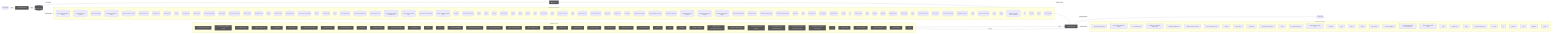
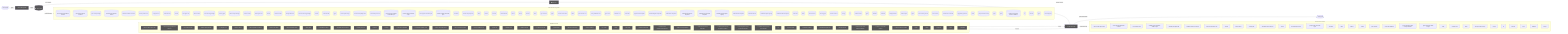
flowchart LR
  UserQ(["👤 User Query"])
  Embed["📐 Embedding Model"]
  VecDB[("📚 Vector Store")]
  Retriever["🔍 Retriever"]
  LLMNode["🧠 LLM / Generator"]
  Output(["✅ Response"])
  UserQ -->|query| Embed
  Embed -->|vector| VecDB
  VecDB -->|top-k chunks| Retriever
  Retriever -->|context + query| LLMNode
  LLMNode -->|generated answer| Output
  subgraph DetectedMemory["Detected memory stores"]
    det_detectedmemory_check_steering_feedback_contract_80134459[("check-steering-feedback-contract")]
    det_detectedmemory_normalize_workflow_contracts_8701f1c8[("normalize-workflow-contracts")]
    det_detectedmemory_sync_codex_preflight_7e7a8dc2[("sync-codex-preflight")]
    det_detectedmemory_test_harness_upgrade_matrix_84113c4e[("test-harness-upgrade-matrix")]
    det_detectedmemory_validate_workflow_contracts_33dc063c[("validate-workflow-contracts")]
    det_detectedmemory_branch_protect_core_a8feb0fd[("branch-protect-core")]
    det_detectedmemory_ci_migrate_core_7005b5af[("ci-migrate-core")]
    det_detectedmemory_context_health_80bb7da9[("context-health")]
    det_detectedmemory_context_ea7792a2[("context")]
    det_detectedmemory_docs_gate_core_eb9b6c18[("docs-gate-core")]
    det_detectedmemory_index_context_de3ed39d[("index-context")]
    det_detectedmemory_local_memory_preflight_dcc36c42[("local-memory-preflight")]
    det_detectedmemory_memory_gate_a577a506[("memory-gate")]
    det_detectedmemory_pattern_scope_siblings_43abe000[("pattern-scope-siblings")]
    det_detectedmemory_review_context_ca6cf81d[("review-context")]
    det_detectedmemory_review_gate_core_4c8001f9[("review-gate-core")]
    det_detectedmemory_search_24193290[("search")]
    det_detectedmemory_session_context_e5ec72c0[("session-context")]
    det_detectedmemory_tooling_audit_core_328d6a41[("tooling-audit-core")]
    det_detectedmemory_run_local_memory_preflight_36e92808[("run-local-memory-preflight")]
    det_detectedmemory_checker_d2d2328e[("checker")]
    det_detectedmemory_context_health_1_ceb11829[("context-health")]
    det_detectedmemory_types_1_4ecdf56e[("types")]
    det_detectedmemory_branch_protect_sync_570adb18[("branch-protect-sync")]
    det_detectedmemory_command_capability_rules_ca3f496a[("command-capability-rules")]
    det_detectedmemory_command_specs_core_1c0ffc99[("command-specs-core")]
    det_detectedmemory_local_memory_preflight_command_spec_9e23f3ce[("local-memory-preflight-command-spec")]
    det_detectedmemory_memory_gate_command_spec_dc9001a9[("memory-gate-command-spec")]
    det_detectedmemory_review_gate_command_spec_3187376a[("review-gate-command-spec")]
    det_detectedmemory_session_context_command_spec_973afbb1[("session-context-command-spec")]
    det_detectedmemory_constants_7517017f[("constants")]
    det_detectedmemory_context_compact_policy_3dcaf95d[("context-compact-policy")]
    det_detectedmemory_index_1bc04b52[("index")]
    det_detectedmemory_indexer_70fa78e5[("indexer")]
    det_detectedmemory_init_error_5c7dd49f[("init-error")]
    det_detectedmemory_lexical_fallback_723e2b3e[("lexical-fallback")]
    det_detectedmemory_ollama_76e3c7bf[("ollama")]
    det_detectedmemory_rollout_a4fa034c[("rollout")]
    det_detectedmemory_sources_878a52fc[("sources")]
    det_detectedmemory_store_824d80d7[("store")]
    det_detectedmemory_sync_contract_c79fa191[("sync-contract")]
    det_detectedmemory_types_5_f869ec4b[("types")]
    det_detectedmemory_harness_run_context_ac7c77a9[("harness-run-context")]
    det_detectedmemory_index_1_faebc14e[("index")]
    det_detectedmemory_json_schema_core_96d7e328[("json-schema-core")]
    det_detectedmemory_policy_validators_core_714a3fe7[("policy-validators-core")]
    det_detectedmemory_types_core_e405ddca[("types-core")]
    det_detectedmemory_validator_core_4358f8ba[("validator-core")]
    det_detectedmemory_init_modes_c05ceb07[("init-modes")]
    det_detectedmemory_project_brain_templates_7ef51530[("project-brain-templates")]
    det_detectedmemory_scaffold_diagram_templates_dd88e83c[("scaffold-diagram-templates")]
    det_detectedmemory_scaffold_doc_templates_f6152330[("scaffold-doc-templates")]
    det_detectedmemory_scaffold_environment_templates_c1ceba6a[("scaffold-environment-templates")]
    det_detectedmemory_scaffold_root_command_templates_404fed7f[("scaffold-root-command-templates")]
    det_detectedmemory_scaffold_script_template_registry_69312d4e[("scaffold-script-template-registry")]
    det_detectedmemory_scaffold_shell_templates_0ad0f915[("scaffold-shell-templates")]
    det_detectedmemory_scaffold_surfaces_12d6494e[("scaffold-surfaces")]
    det_detectedmemory_scaffold_template_registry_b1cce2aa[("scaffold-template-registry")]
    det_detectedmemory_scaffold_workflow_template_92310587[("scaffold-workflow-template")]
    det_detectedmemory_eval_seed_5699fd3e[("eval-seed")]
    det_detectedmemory_index_6_fc9e91e2[("index")]
    det_detectedmemory_review_context_1_e3afed15[("review-context")]
    det_detectedmemory_memory_gate_1_265164ac[("memory-gate")]
    det_detectedmemory_branch_enforcer_acb749cd[("branch-enforcer")]
    det_detectedmemory_cli_args_5_09ea29f0[("cli-args")]
    det_detectedmemory_cli_6_eac72be2[("cli")]
    det_detectedmemory_metrics_tracker_98cec29c[("metrics-tracker")]
    det_detectedmemory_types_15_86775c96[("types")]
    det_detectedmemory_validator_4_5180cf23[("validator")]
    det_detectedmemory_classifier_fe1991a9[("classifier")]
    det_detectedmemory_tooling_baseline_50ab2eeb[("tooling-baseline")]
    det_detectedmemory_claim_helpers_20dc8387[("claim-helpers")]
    det_detectedmemory_types_20_071a0112[("types")]
    det_detectedmemory_local_memory_smoke_1175abfc[("local-memory-smoke")]
    det_detectedmemory_local_memory_0db17ecc[("local-memory")]
    det_detectedmemory_performance_overload_c685bfcf[("performance-overload")]
    det_detectedmemory_suggestion_generator_0956f794[("suggestion-generator")]
    det_detectedmemory_index_8_6f0f20ec[("index")]
    det_detectedmemory_prompt_context_receipt_17b862b2[("prompt-context-receipt")]
    det_detectedmemory_types_27_4d134744[("types")]
    det_detectedmemory_policy_1_fc4198db[("policy")]
    det_detectedmemory_runtime_card_codex_runtime_validation_d8ce9934[("runtime-card-codex-runtime-validation")]
    det_detectedmemory_cli_11_338a8415[("cli")]
    det_detectedmemory_collector_0736fd5b[("collector")]
    det_detectedmemory_types_30_424b976c[("types")]
    det_detectedmemory_overload_guard_2748c559[("overload-guard")]
  end
  VecDB -. "implemented by" .-> DetectedMemory
  subgraph DetectedLLM["Detected LLM clients"]
    det_detectedllm_check_codex_agent_roles_5bb2e89b["check-codex-agent-roles"]
    det_detectedllm_check_steering_feedback_contract_80134459["check-steering-feedback-contract"]
    det_detectedllm_run_harness_evals_77704768["run-harness-evals"]
    det_detectedllm_validate_goal_completion_audit_receipt_100d252c["validate-goal-completion-audit-receipt"]
    det_detectedllm_validate_packaged_skill_5e32c890["validate-packaged-skill"]
    det_detectedllm_validate_reviewer_coverage_251efee3["validate-reviewer-coverage"]
    det_detectedllm_check_environment_core_2c16213f["check-environment-core"]
    det_detectedllm_context_ea7792a2["context"]
    det_detectedllm_index_context_de3ed39d["index-context"]
    det_detectedllm_prompt_gate_c5e9d207["prompt-gate"]
    det_detectedllm_remediate_runner_helpers_929fedcc["remediate-runner-helpers"]
    det_detectedllm_search_24193290["search"]
    det_detectedllm_command_specs_core_1c0ffc99["command-specs-core"]
    det_detectedllm_prompt_gate_command_spec_9a941482["prompt-gate-command-spec"]
    det_detectedllm_constants_7517017f["constants"]
    det_detectedllm_index_1bc04b52["index"]
    det_detectedllm_indexer_70fa78e5["indexer"]
    det_detectedllm_ollama_76e3c7bf["ollama"]
    det_detectedllm_sync_contract_c79fa191["sync-contract"]
    det_detectedllm_north_star_validators_cfc926ce["north-star-validators"]
    det_detectedllm_goal_completion_audit_receipt_validation_9d0f4891["goal-completion-audit-receipt-validation"]
    det_detectedllm_goal_completion_audit_receipt_5e4939c3["goal-completion-audit-receipt"]
    det_detectedllm_index_2_10143590["index"]
    det_detectedllm_sensitive_text_7c11f760["sensitive-text"]
    det_detectedllm_index_8_6f0f20ec["index"]
    det_detectedllm_prompt_context_receipt_17b862b2["prompt-context-receipt"]
    det_detectedllm_cli_args_9_9c136878["cli-args"]
    det_detectedllm_cli_10_35dc8cbd["cli"]
    det_detectedllm_sections_4697ef32["sections"]
    det_detectedllm_types_23_4352ee2e["types"]
    det_detectedllm_validator_6_3688adbf["validator"]
    det_detectedllm_cli_args_10_861cdd3f["cli-args"]
  end
  LLMNode -. "implemented by" .-> DetectedLLM
  subgraph DetectedTools["Agentic tool calls"]
    det_detectedtools_check_codex_agent_roles_5bb2e89b["🔧 check-codex-agent-roles"]
    det_detectedtools_check_steering_feedback_contract_80134459["🔧 check-steering-feedback-contract"]
    det_detectedtools_run_harness_evals_77704768["🔧 run-harness-evals"]
    det_detectedtools_validate_packaged_skill_5e32c890["🔧 validate-packaged-skill"]
    det_detectedtools_ci_migrate_core_7005b5af["🔧 ci-migrate-core"]
    det_detectedtools_doctor_checks_5a2eb2b9["🔧 doctor-checks"]
    det_detectedtools_doctor_github_tool_checks_a53b0382["🔧 doctor-github-tool-checks"]
    det_detectedtools_doctor_tool_checks_4acac51a["🔧 doctor-tool-checks"]
    det_detectedtools_next_blocked_decisions_4140ad2b["🔧 next-blocked-decisions"]
    det_detectedtools_policy_gate_213f7313["🔧 policy-gate"]
    det_detectedtools_remediate_cli_output_cc165396["🔧 remediate-cli-output"]
    det_detectedtools_remediate_runner_helpers_929fedcc["🔧 remediate-runner-helpers"]
    det_detectedtools_review_gate_core_4c8001f9["🔧 review-gate-core"]
    det_detectedtools_checker_d2d2328e["🔧 checker"]
    det_detectedtools_cli_args_1_6144b055["🔧 cli-args"]
    det_detectedtools_command_capabilities_a4d5c71e["🔧 command-capabilities"]
    det_detectedtools_command_capability_rules_ca3f496a["🔧 command-capability-rules"]
    det_detectedtools_linear_command_actions_e430f4f4["🔧 linear-command-actions"]
    det_detectedtools_linear_command_runner_4a740dfc["🔧 linear-command-runner"]
    det_detectedtools_policy_validators_core_714a3fe7["🔧 policy-validators-core"]
    det_detectedtools_types_core_e405ddca["🔧 types-core"]
    det_detectedtools_validator_core_4358f8ba["🔧 validator-core"]
    det_detectedtools_validator_helpers_7b927667["🔧 validator-helpers"]
    det_detectedtools_he_phase_exit_core_1148895b["🔧 he-phase-exit-core"]
    det_detectedtools_ralph_runtime_73d63c0e["🔧 ralph-runtime"]
    det_detectedtools_observed_skill_usage_ed7d5930["🔧 observed-skill-usage"]
    det_detectedtools_closure_evidence_aaa31467["🔧 closure-evidence"]
    det_detectedtools_pr_creator_dc6b1ea4["🔧 pr-creator"]
    det_detectedtools_client_948fe603["🔧 client"]
    det_detectedtools_init_output_360dce91["🔧 init-output"]
    det_detectedtools_scaffold_ci_templates_2afd6392["🔧 scaffold-ci-templates"]
    det_detectedtools_scaffold_codex_environment_templates_334fbbed["🔧 scaffold-codex-environment-templates"]
    det_detectedtools_scaffold_config_templates_4b80ce53["🔧 scaffold-config-templates"]
    det_detectedtools_scaffold_environment_templates_c1ceba6a["🔧 scaffold-environment-templates"]
    det_detectedtools_scaffold_github_actions_pr_pipeline_renderer_1ee18de5["🔧 scaffold-github-actions-pr-pipeline-renderer"]
    det_detectedtools_scaffold_github_actions_pr_pipeline_template_e2b85f62["🔧 scaffold-github-actions-pr-pipeline-template"]
    det_detectedtools_scaffold_release_private_npm_template_075499f8["🔧 scaffold-release-private-npm-template"]
    det_detectedtools_cli_6_eac72be2["🔧 cli"]
    det_detectedtools_metrics_tracker_98cec29c["🔧 metrics-tracker"]
    det_detectedtools_normalise_renderer_85f2e563["🔧 normalise-renderer"]
    det_detectedtools_evaluation_engine_core_e054fe49["🔧 evaluation-engine-core"]
    det_detectedtools_tooling_baseline_50ab2eeb["🔧 tooling-baseline"]
+     det_detectedtools_runtime_card_codex_runtime_validation_d8ce9934["🔧 runtime-card-codex-runtime-validation"]
+     det_detectedtools_runtime_card_codex_runtime_0655e230["🔧 runtime-card-codex-runtime"]
+     det_detectedtools_runtime_evidence_bundle_d471a232["🔧 runtime-evidence-bundle"]
    det_detectedtools_types_32_bfe791ff["🔧 types"]
+     det_detectedtools_index_12_762ec91b["🔧 index"]
+     det_detectedtools_projection_1b250ea1["🔧 projection"]
+     det_detectedtools_types_34_85e6a0bb["🔧 types"]
+     det_detectedtools_validation_4_62980ebd["🔧 validation"]
  end
  LLMNode -->|tool use| DetectedTools
  DetectedTools -->|result| LLMNode
  classDef memNode fill:#555,color:#fff
  class VecDB,Retriever memNode
  classDef llmNode fill:#555,color:#fff
  class LLMNode,Embed llmNode
  classDef toolNode fill:#555,color:#fff
-   class det_detectedtools_check_codex_agent_roles_5bb2e89b,det_detectedtools_check_steering_feedback_contract_80134459,det_detectedtools_run_harness_evals_77704768,det_detectedtools_validate_packaged_skill_5e32c890,det_detectedtools_ci_migrate_core_7005b5af,det_detectedtools_doctor_checks_5a2eb2b9,det_detectedtools_doctor_github_tool_checks_a53b0382,det_detectedtools_doctor_tool_checks_4acac51a,det_detectedtools_next_blocked_decisions_4140ad2b,det_detectedtools_policy_gate_213f7313,det_detectedtools_remediate_cli_output_cc165396,det_detectedtools_remediate_runner_helpers_929fedcc,det_detectedtools_review_gate_core_4c8001f9,det_detectedtools_checker_d2d2328e,det_detectedtools_cli_args_1_6144b055,det_detectedtools_command_capabilities_a4d5c71e,det_detectedtools_command_capability_rules_ca3f496a,det_detectedtools_linear_command_actions_e430f4f4,det_detectedtools_linear_command_runner_4a740dfc,det_detectedtools_policy_validators_core_714a3fe7,det_detectedtools_types_core_e405ddca,det_detectedtools_validator_core_4358f8ba,det_detectedtools_validator_helpers_7b927667,det_detectedtools_he_phase_exit_core_1148895b,det_detectedtools_ralph_runtime_73d63c0e,det_detectedtools_observed_skill_usage_ed7d5930,det_detectedtools_closure_evidence_aaa31467,det_detectedtools_pr_creator_dc6b1ea4,det_detectedtools_client_948fe603,det_detectedtools_init_output_360dce91,det_detectedtools_scaffold_ci_templates_2afd6392,det_detectedtools_scaffold_codex_environment_templates_334fbbed,det_detectedtools_scaffold_config_templates_4b80ce53,det_detectedtools_scaffold_environment_templates_c1ceba6a,det_detectedtools_scaffold_github_actions_pr_pipeline_renderer_1ee18de5,det_detectedtools_scaffold_github_actions_pr_pipeline_template_e2b85f62,det_detectedtools_scaffold_release_private_npm_template_075499f8,det_detectedtools_cli_6_eac72be2,det_detectedtools_metrics_tracker_98cec29c,det_detectedtools_normalise_renderer_85f2e563,det_detectedtools_evaluation_engine_core_e054fe49,det_detectedtools_tooling_baseline_50ab2eeb,det_detectedtools_types_32_bfe791ff toolNode
+   class det_detectedtools_check_codex_agent_roles_5bb2e89b,det_detectedtools_check_steering_feedback_contract_80134459,det_detectedtools_run_harness_evals_77704768,det_detectedtools_validate_packaged_skill_5e32c890,det_detectedtools_ci_migrate_core_7005b5af,det_detectedtools_doctor_checks_5a2eb2b9,det_detectedtools_doctor_github_tool_checks_a53b0382,det_detectedtools_doctor_tool_checks_4acac51a,det_detectedtools_next_blocked_decisions_4140ad2b,det_detectedtools_policy_gate_213f7313,det_detectedtools_remediate_cli_output_cc165396,det_detectedtools_remediate_runner_helpers_929fedcc,det_detectedtools_review_gate_core_4c8001f9,det_detectedtools_checker_d2d2328e,det_detectedtools_cli_args_1_6144b055,det_detectedtools_command_capabilities_a4d5c71e,det_detectedtools_command_capability_rules_ca3f496a,det_detectedtools_linear_command_actions_e430f4f4,det_detectedtools_linear_command_runner_4a740dfc,det_detectedtools_policy_validators_core_714a3fe7,det_detectedtools_types_core_e405ddca,det_detectedtools_validator_core_4358f8ba,det_detectedtools_validator_helpers_7b927667,det_detectedtools_he_phase_exit_core_1148895b,det_detectedtools_ralph_runtime_73d63c0e,det_detectedtools_observed_skill_usage_ed7d5930,det_detectedtools_closure_evidence_aaa31467,det_detectedtools_pr_creator_dc6b1ea4,det_detectedtools_client_948fe603,det_detectedtools_init_output_360dce91,det_detectedtools_scaffold_ci_templates_2afd6392,det_detectedtools_scaffold_codex_environment_templates_334fbbed,det_detectedtools_scaffold_config_templates_4b80ce53,det_detectedtools_scaffold_environment_templates_c1ceba6a,det_detectedtools_scaffold_github_actions_pr_pipeline_renderer_1ee18de5,det_detectedtools_scaffold_github_actions_pr_pipeline_template_e2b85f62,det_detectedtools_scaffold_release_private_npm_template_075499f8,det_detectedtools_cli_6_eac72be2,det_detectedtools_metrics_tracker_98cec29c,det_detectedtools_normalise_renderer_85f2e563,det_detectedtools_evaluation_engine_core_e054fe49,det_detectedtools_tooling_baseline_50ab2eeb,det_detectedtools_runtime_card_codex_runtime_validation_d8ce9934,det_detectedtools_runtime_card_codex_runtime_0655e230,det_detectedtools_runtime_evidence_bundle_d471a232,det_detectedtools_types_32_bfe791ff,det_detectedtools_index_12_762ec91b,det_detectedtools_projection_1b250ea1,det_detectedtools_types_34_85e6a0bb,det_detectedtools_validation_4_62980ebd toolNode
